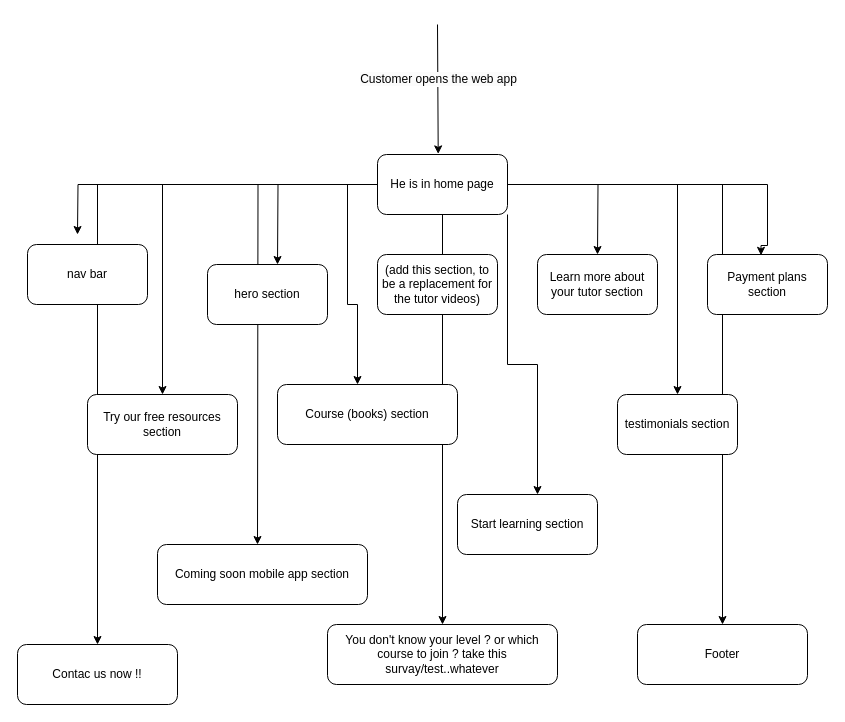
This is page "Home" (1 of 9) of Untitled Diagram.drawio from tariq7299/ArabicApp, a draw.io file, before an edit. Source tidied: cells renumbered, new cells numbered last; positions are measured from the earlier drawing's top-left corner, leaving out a move shared by most shapes. Both pictures are drawn from the tidied source at 100%, with x=0, y=0 at pixel (17, 24).
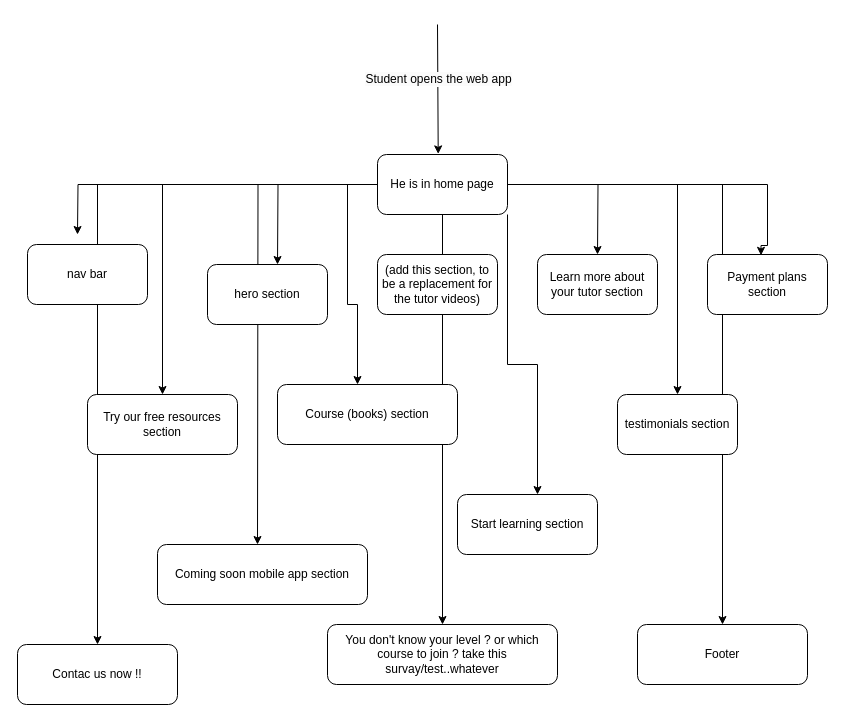
The same page after the edit.

The change refers to these unchanged cells:
```xml
<mxCell id="15" style="endArrow=classic;html=1;rounded=0;entryX=0.467;entryY=-0.01;entryDx=0;entryDy=0;entryPerimeter=0;" parent="1" edge="1" target="14">
  <mxGeometry relative="1" as="geometry">
    <mxPoint x="420" as="sourcePoint" />
  </mxGeometry>
</mxCell>
```

Change to the diagram source:
```diff
@@
-    <mxCell id="16" value="&lt;span style=&quot;font-size: 12px; background-color: rgb(251, 251, 251);&quot;&gt;Customer opens the web app&lt;/span&gt;" style="edgeLabel;html=1;align=center;verticalAlign=middle;" parent="15" vertex="1">
+    <mxCell id="16" value="&lt;span style=&quot;font-size: 12px; background-color: rgb(251, 251, 251);&quot;&gt;Student opens the web app&lt;/span&gt;" style="edgeLabel;html=1;align=center;verticalAlign=middle;" parent="15" vertex="1">
       <mxGeometry x="-0.41" y="3" relative="1" as="geometry">
         <mxPoint x="-3" y="17" as="offset" />
       </mxGeometry>
     </mxCell>
```
